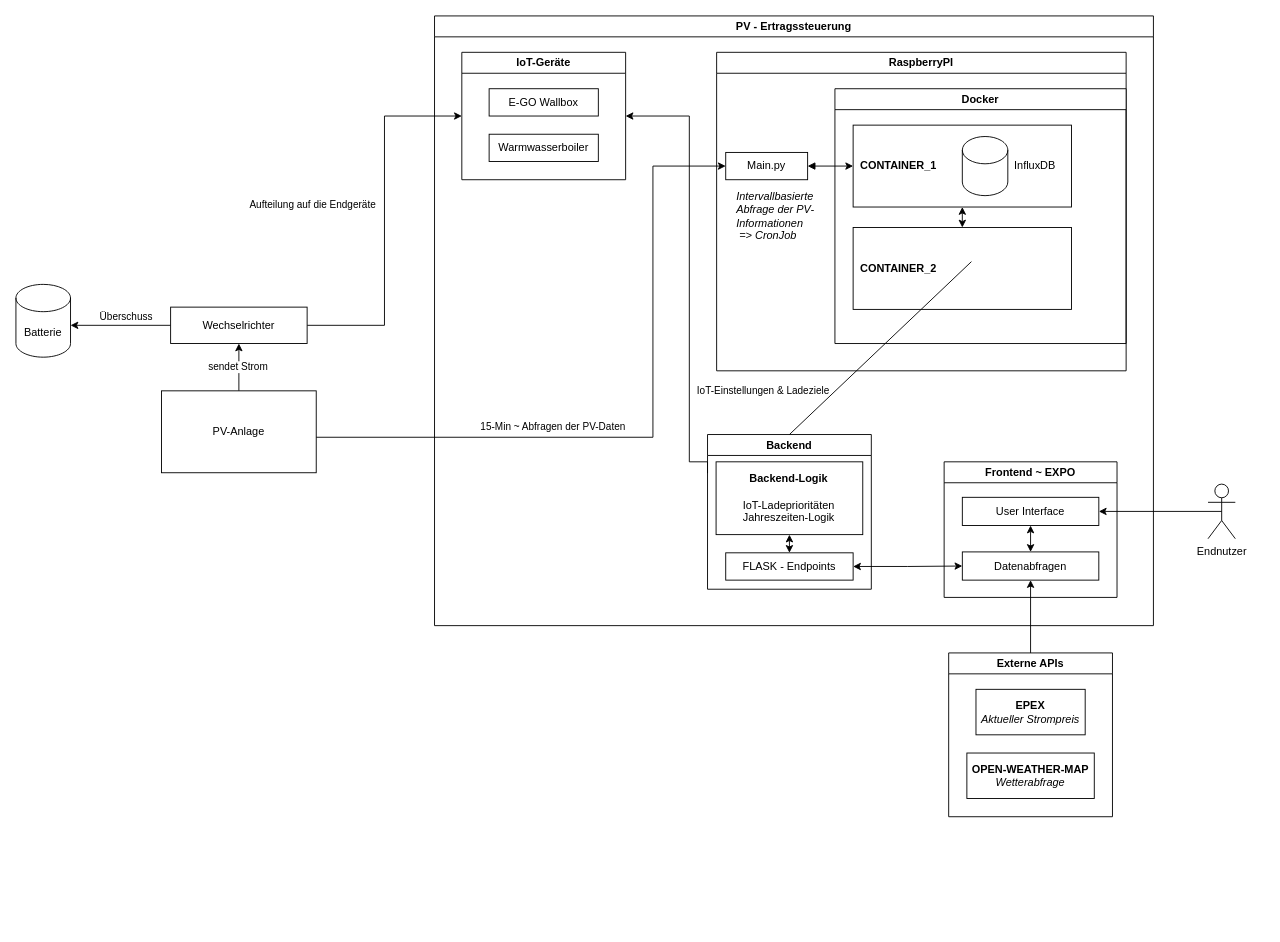
jonasaberger/DIPL_Ertragssteuerung_PV keeps this draw.io diagram as 00_Docs/02_Diagramme/PV-Ertragssteuerung.drawio. Above is the earlier version. Source tidied: cells renumbered, new cells numbered last; positions are measured from the earlier drawing's top-left corner, leaving out a move shared by most shapes. Both pictures are drawn from the tidied source at 91%, with x=0, y=0 at pixel (15, 15).
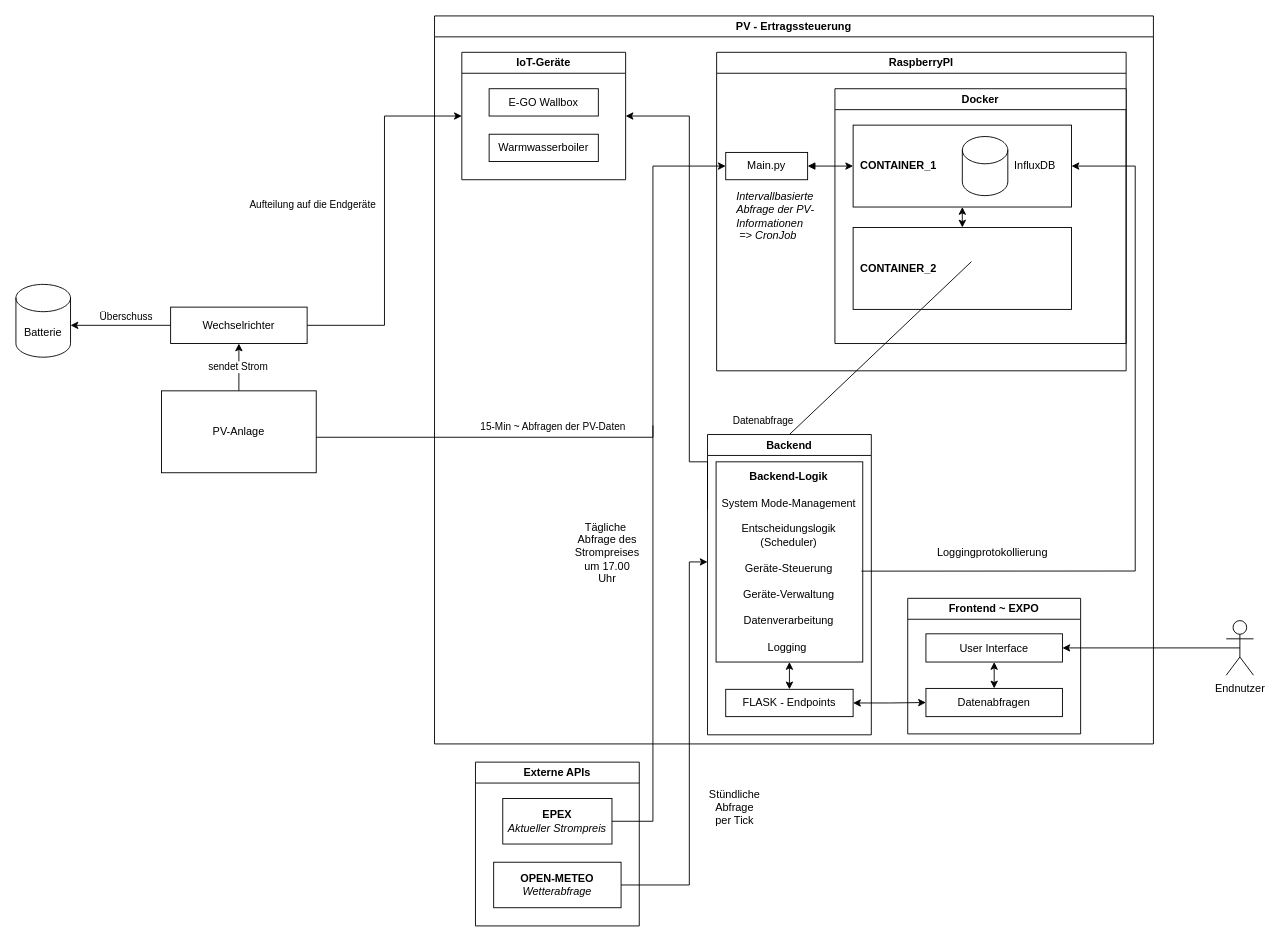
After the change.

Commit message (it also covers changes not shown here):
Update PV-Ertragssteuerung Diagramm

Unchanged cells that the change refers to:
```xml
<mxCell id="7" value="Datenabfragen" style="rounded=0;whiteSpace=wrap;html=1;" parent="6" vertex="1">
  <mxGeometry x="20" y="99" width="150" height="31" as="geometry" />
</mxCell>
<mxCell id="12" style="rounded=0;whiteSpace=wrap;html=1;fillColor=none;" parent="11" vertex="1">
  <mxGeometry x="20" y="40" width="240" height="90" as="geometry" />
</mxCell>
<mxCell id="22" style="edgeStyle=orthogonalEdgeStyle;rounded=0;jettySize=auto;html=1;exitX=0;exitY=0.25;exitDx=0;exitDy=0;entryX=1;entryY=0.5;entryDx=0;entryDy=0;" parent="2" edge="1" source="24" target="3">
  <mxGeometry relative="1" as="geometry">
    <Array as="points">
      <mxPoint x="280" y="490" />
      <mxPoint x="280" y="110" />
    </Array>
  </mxGeometry>
</mxCell>
<mxCell id="44" value="&lt;b&gt;EPEX&lt;/b&gt;&lt;div&gt;&lt;i&gt;Aktueller Strompreis&lt;/i&gt;&lt;/div&gt;" style="rounded=0;whiteSpace=wrap;html=1;" parent="43" vertex="1">
  <mxGeometry x="30" y="40" width="120" height="50" as="geometry" />
</mxCell>
```

Diff of the diagram source:
```diff
@@
     <mxCell id="2" value="PV - Ertragssteuerung" style="swimlane;whiteSpace=wrap;html=1;" parent="1" vertex="1">
-      <mxGeometry x="460" width="790" height="670" as="geometry" />
+      <mxGeometry x="460" width="790" height="800" as="geometry" />
     </mxCell>
@@
     <mxCell id="6" value="Frontend ~ EXPO" style="swimlane;whiteSpace=wrap;html=1;startSize=23;" parent="2" vertex="1">
-      <mxGeometry x="560" y="490" width="190" height="149" as="geometry" />
+      <mxGeometry x="520" y="640" width="190" height="149" as="geometry" />
     </mxCell>
@@
-    <mxCell id="23" value="IoT-Einstellungen &amp;amp; Ladeziele" style="edgeLabel;html=1;align=center;verticalAlign=middle;" parent="22" vertex="1">
+    <mxCell id="23" value="Datenabfrage" style="edgeLabel;html=1;align=center;verticalAlign=middle;" parent="22" vertex="1">
       <mxGeometry x="-0.66" relative="1" as="geometry">
         <mxPoint x="80" y="-29" as="offset" />
       </mxGeometry>
     </mxCell>
     <mxCell id="24" value="Backend" style="swimlane;whiteSpace=wrap;html=1;startSize=23;" parent="2" vertex="1">
-      <mxGeometry x="300" y="460" width="180" height="170" as="geometry" />
+      <mxGeometry x="300" y="460" width="180" height="330" as="geometry" />
     </mxCell>
     <mxCell id="25" value="FLASK - Endpoints" style="rounded=0;whiteSpace=wrap;html=1;" parent="24" vertex="1">
-      <mxGeometry x="20" y="130" width="140" height="30" as="geometry" />
+      <mxGeometry x="20" y="280" width="140" height="30" as="geometry" />
     </mxCell>
-    <mxCell id="26" value="&lt;b&gt;Backend-Logik&lt;/b&gt;&lt;div&gt;&lt;span style=&quot;background-color: transparent; color: light-dark(rgb(0, 0, 0), rgb(255, 255, 255));&quot;&gt;&lt;br&gt;&lt;/span&gt;&lt;/div&gt;&lt;div&gt;&lt;span style=&quot;background-color: transparent; color: light-dark(rgb(0, 0, 0), rgb(255, 255, 255));&quot;&gt;IoT-Ladeprioritäten&lt;/span&gt;&lt;div&gt;&lt;span style=&quot;background-color: transparent; color: light-dark(rgb(0, 0, 0), rgb(255, 255, 255));&quot;&gt;Jahreszeiten-Logik&lt;/span&gt;&lt;/div&gt;&lt;/div&gt;" style="rounded=0;whiteSpace=wrap;html=1;" parent="24" vertex="1">
-      <mxGeometry x="9.4" y="30" width="161.2" height="80" as="geometry" />
+    <mxCell id="26" value="&lt;div&gt;&lt;b style=&quot;background-color: transparent; color: light-dark(rgb(0, 0, 0), rgb(255, 255, 255));&quot;&gt;Backend-Logik&lt;/b&gt;&lt;/div&gt;&lt;div&gt;&lt;span style=&quot;background-color: transparent; color: light-dark(rgb(0, 0, 0), rgb(255, 255, 255));&quot;&gt;&lt;br&gt;&lt;/span&gt;&lt;/div&gt;&lt;div&gt;System Mode-Management&lt;/div&gt;&lt;div&gt;&lt;br&gt;&lt;/div&gt;&lt;div&gt;Entscheidungslogik (Scheduler)&lt;/div&gt;&lt;div&gt;&lt;br&gt;&lt;/div&gt;&lt;div&gt;Geräte-Steuerung&lt;/div&gt;&lt;div&gt;&lt;br&gt;&lt;/div&gt;&lt;div&gt;Geräte-Verwaltung&lt;/div&gt;&lt;div&gt;&lt;br&gt;&lt;/div&gt;&lt;div&gt;Datenverarbeitung&lt;/div&gt;&lt;div&gt;&lt;br&gt;&lt;/div&gt;&lt;div&gt;&lt;span style=&quot;background-color: transparent; color: light-dark(rgb(0, 0, 0), rgb(255, 255, 255));&quot;&gt;Logging&amp;nbsp;&lt;/span&gt;&lt;/div&gt;" style="rounded=0;whiteSpace=wrap;html=1;" parent="24" vertex="1">
+      <mxGeometry x="9.4" y="30" width="161.2" height="220" as="geometry" />
     </mxCell>
@@
+    <mxCell id="47" value="Tägliche&amp;nbsp; Abfrage des Strompreises um 17.00 Uhr" style="text;html=1;whiteSpace=wrap;strokeColor=none;fillColor=none;align=center;verticalAlign=middle;rounded=0;" parent="2" vertex="1">
+      <mxGeometry x="160" y="550" width="60" height="80" as="geometry" />
+    </mxCell>
+    <mxCell id="48" style="endArrow=classic;html=1;rounded=0;exitX=0.991;exitY=0.546;exitDx=0;exitDy=0;exitPerimeter=0;entryX=1;entryY=0.5;entryDx=0;entryDy=0;" parent="2" edge="1" source="26" target="12">
+      <mxGeometry relative="1" as="geometry">
+        <Array as="points">
+          <mxPoint x="770" y="610" />
+          <mxPoint x="770" y="165" />
+        </Array>
+      </mxGeometry>
+    </mxCell>
+    <mxCell id="49" value="Loggingprotokollierung&amp;nbsp;" style="text;html=1;whiteSpace=wrap;strokeColor=none;fillColor=none;align=center;verticalAlign=middle;rounded=0;" parent="2" vertex="1">
+      <mxGeometry x="585" y="575" width="60" height="30" as="geometry" />
+    </mxCell>
@@
     <mxCell id="41" value="Endnutzer" style="shape=umlActor;verticalLabelPosition=bottom;verticalAlign=top;html=1;outlineConnect=0;" parent="1" vertex="1">
-      <mxGeometry x="1310" y="514.5" width="30" height="60" as="geometry" />
+      <mxGeometry x="1330" y="664.5" width="30" height="60" as="geometry" />
     </mxCell>
-    <mxCell id="42" style="edgeStyle=orthogonalEdgeStyle;rounded=0;jettySize=auto;html=1;exitX=0.5;exitY=0;exitDx=0;exitDy=0;entryX=0.5;entryY=1;entryDx=0;entryDy=0;" parent="1" edge="1" source="43" target="7">
-      <mxGeometry relative="1" as="geometry" />
-    </mxCell>
     <mxCell id="43" value="Externe APIs" style="swimlane;whiteSpace=wrap;html=1;startSize=23;" parent="1" vertex="1">
-      <mxGeometry x="1025" y="700" width="180" height="180" as="geometry" />
+      <mxGeometry x="505" y="820" width="180" height="180" as="geometry" />
     </mxCell>
@@
-    <mxCell id="45" value="&lt;div&gt;&lt;b&gt;OPEN-WEATHER-MAP&lt;/b&gt;&lt;/div&gt;&lt;div&gt;&lt;i&gt;Wetterabfrage&lt;/i&gt;&lt;/div&gt;" style="rounded=0;whiteSpace=wrap;html=1;" parent="43" vertex="1">
+    <mxCell id="45" value="&lt;div&gt;&lt;b&gt;OPEN-METEO&lt;/b&gt;&lt;/div&gt;&lt;div&gt;&lt;i&gt;Wetterabfrage&lt;/i&gt;&lt;/div&gt;" style="rounded=0;whiteSpace=wrap;html=1;" parent="43" vertex="1">
       <mxGeometry x="20" y="110" width="140" height="50" as="geometry" />
     </mxCell>
@@
+    <mxCell id="50" style="endArrow=none;html=1;rounded=0;exitX=1;exitY=0.5;exitDx=0;exitDy=0;" parent="1" edge="1" source="44">
+      <mxGeometry relative="1" as="geometry">
+        <mxPoint x="700" y="450" as="targetPoint" />
+        <Array as="points">
+          <mxPoint x="700" y="885" />
+        </Array>
+      </mxGeometry>
+    </mxCell>
+    <mxCell id="51" style="endArrow=classic;html=1;rounded=0;exitX=1;exitY=0.5;exitDx=0;exitDy=0;" parent="1" edge="1" source="45">
+      <mxGeometry relative="1" as="geometry">
+        <mxPoint x="760" y="600" as="targetPoint" />
+        <Array as="points">
+          <mxPoint x="740" y="955" />
+          <mxPoint x="740" y="600" />
+        </Array>
+      </mxGeometry>
+    </mxCell>
+    <mxCell id="52" value="Stündliche Abfrage per Tick" style="text;html=1;whiteSpace=wrap;strokeColor=none;fillColor=none;align=center;verticalAlign=middle;rounded=0;" parent="1" vertex="1">
+      <mxGeometry x="760" y="860" width="60" height="20" as="geometry" />
+    </mxCell>
```
